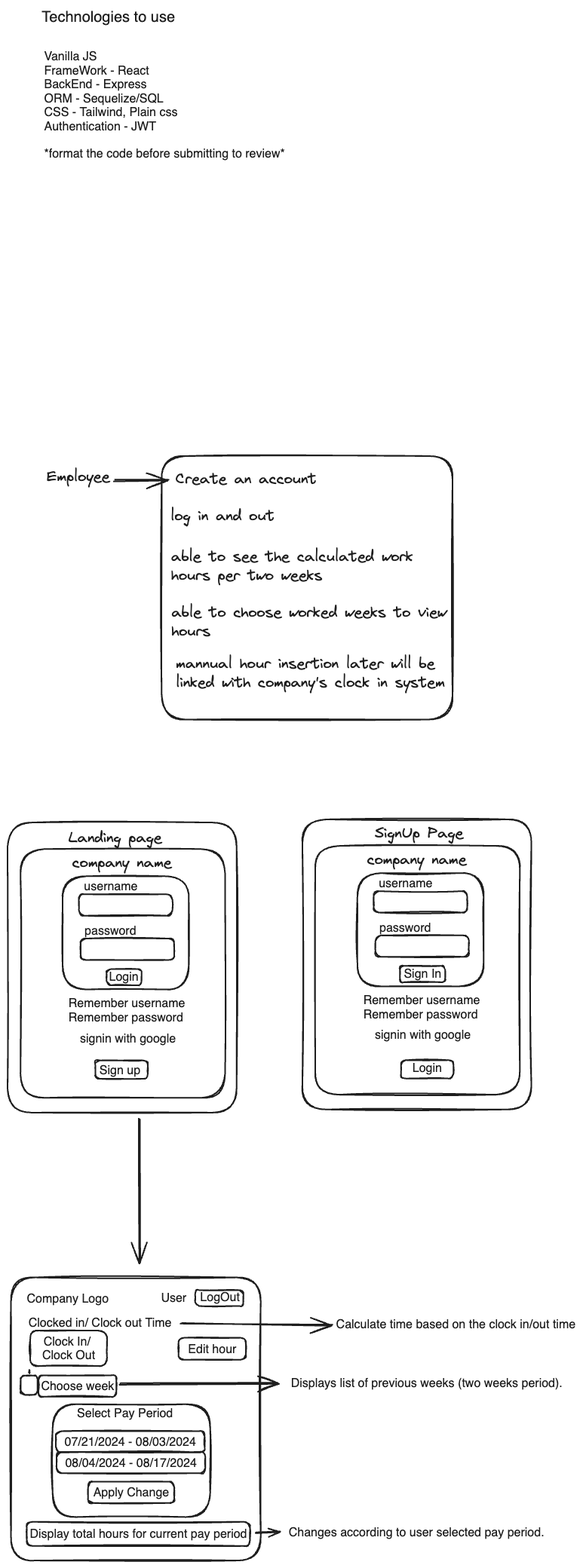
Earlier version of the Excalidraw export docs/projectOverview.excalidraw.png (salidamaharjan/know_your_hour). Source tidied: one line per element, renumbered; positions are measured from the earlier drawing's top-left corner, leaving out a move shared by most shapes.
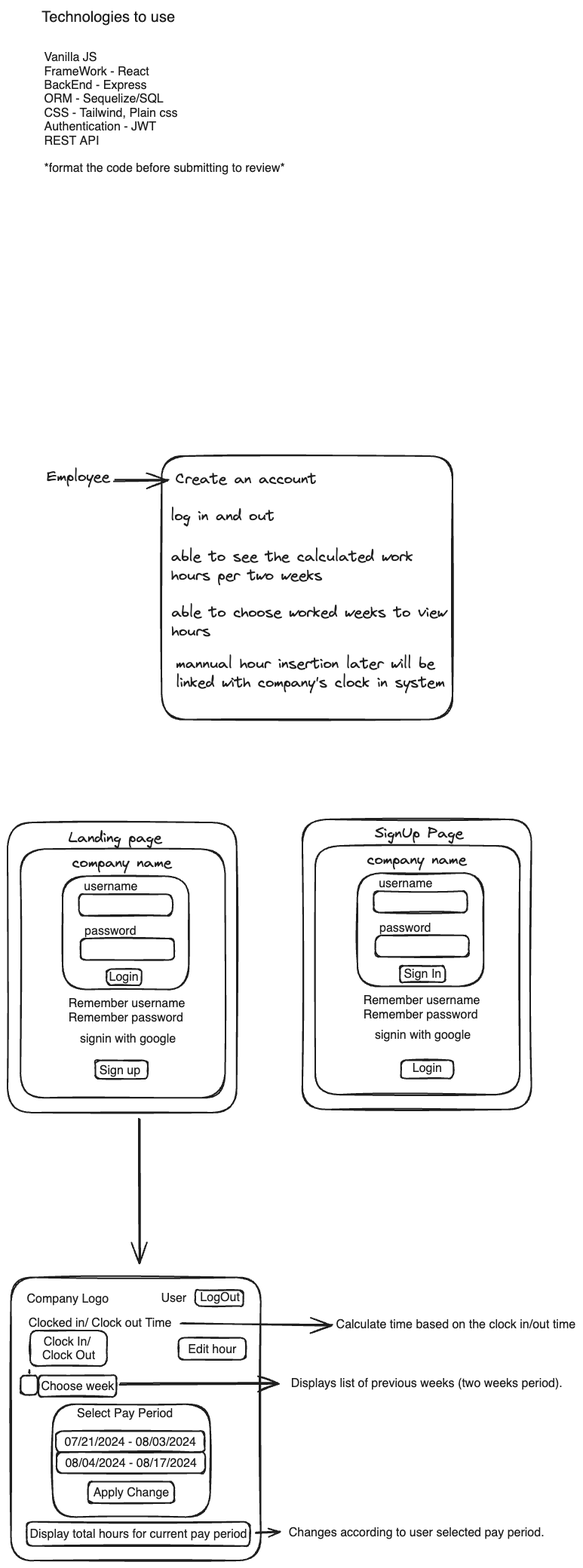
After the commit.

Commit message:
Create User model for authentication

The edit, as a diff of the source:
```diff
@@ -60,7 +60,7 @@
 {"id": 59, "type": "rectangle", "strokeColor": "#1e1e1e", "strokeWidth": 2, "roughness": 1, "round": true, "x": 522, "y": 1396, "width": 69, "height": 24}
 {"id": 60, "type": "text", "text": "Login", "strokeColor": "#1e1e1e", "strokeWidth": 2, "roughness": 1, "fontSize": 16, "fontFamily": 2, "x": 537, "y": 1397, "width": 39, "height": 18}
 {"id": 61, "type": "text", "text": "Technologies to use\n", "strokeColor": "#1e1e1e", "strokeWidth": 2, "roughness": 1, "fontSize": 20, "fontFamily": 2, "x": 45, "y": 0, "width": 177, "height": 46}
-{"id": 62, "type": "text", "text": "Vanilla JS\nFrameWork - React\nBackEnd - Express\nORM - Sequelize/SQL\nCSS - Tailwind, Plain css\nAuthentication - JWT\n\n*format the code before submitting to review*", "strokeColor": "#1e1e1e", "strokeWidth": 2, "roughness": 1, "fontSize": 16, "fontFamily": 2, "x": 48, "y": 56, "width": 319, "height": 147}
+{"id": 62, "type": "text", "text": "Vanilla JS\nFrameWork - React\nBackEnd - Express\nORM - Sequelize/SQL\nCSS - Tailwind, Plain css\nAuthentication - JWT\nREST API\n\n*format the code before submitting to review*", "strokeColor": "#1e1e1e", "strokeWidth": 2, "roughness": 1, "fontSize": 16, "fontFamily": 2, "x": 48, "y": 56, "width": 319, "height": 166}
 {"id": 63, "type": "arrow", "strokeColor": "#1e1e1e", "strokeWidth": 2, "roughness": 1, "endArrowhead": "arrow", "round": true, "from": 10, "to": 23, "x": 176, "y": 1475, "width": 1, "height": 190, "points": [[0, 0], [1, 190]]}
 {"id": 64, "type": "rectangle", "strokeColor": "#1e1e1e", "strokeWidth": 2, "roughness": 1, "round": true, "x": 30, "y": 1755, "width": 102, "height": 47}
 {"id": 65, "type": "text", "text": "Clock In/ \nClock Out", "strokeColor": "#1e1e1e", "strokeWidth": 2, "roughness": 1, "fontSize": 16, "fontFamily": 2, "textAlign": "center", "verticalAlign": "middle", "inside": 64, "x": 46, "y": 1760, "width": 70, "height": 37}
```
